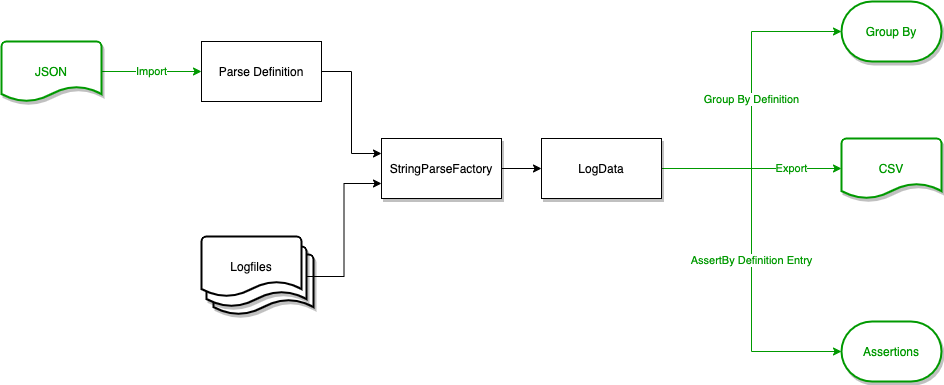
Before: diagrams/Log_Parser-Processes.png, a diagram exported from draw.io (adobe/log-parser). Source tidied: cells renumbered, new cells last; positions are measured from the earlier drawing's top-left corner, leaving out a move shared by most shapes.
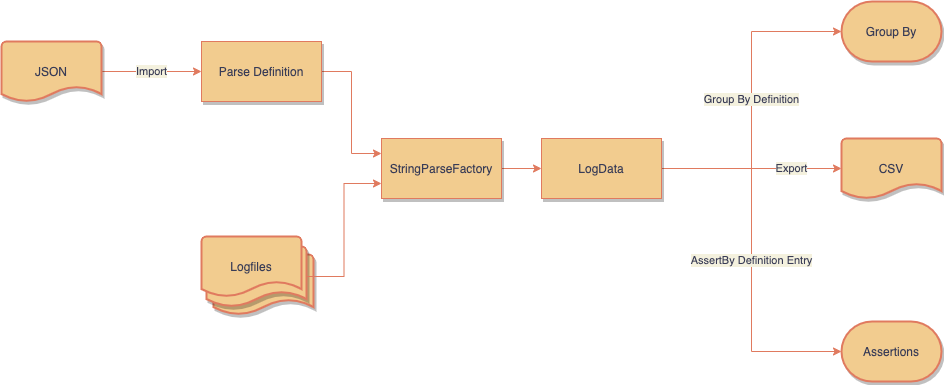
Above is the later version.

Commit message:
Adapted graphs to the draw.io format

The edit, as a diff of the source:
```diff
@@ -1,65 +1,65 @@
-<mxGraphModel>
+<mxGraphModel background="#F4F1DE">
   <root>
     <mxCell id="0" />
     <mxCell id="1" parent="0" />
-    <mxCell id="2" style="edgeStyle=orthogonalEdgeStyle;rounded=0;jettySize=auto;html=1;exitX=1;exitY=0.5;exitDx=0;exitDy=0;entryX=0;entryY=0.25;entryDx=0;entryDy=0;" parent="1" edge="1" source="3" target="9">
+    <mxCell id="2" style="edgeStyle=orthogonalEdgeStyle;rounded=0;jettySize=auto;html=1;exitX=1;exitY=0.5;exitDx=0;exitDy=0;entryX=0;entryY=0.25;entryDx=0;entryDy=0;labelBackgroundColor=#F4F1DE;strokeColor=#E07A5F;fontColor=#393C56;" parent="1" edge="1" source="3" target="9">
       <mxGeometry relative="1" as="geometry" />
     </mxCell>
-    <mxCell id="3" value="Parse Definition" style="rounded=0;whiteSpace=wrap;html=1;" parent="1" vertex="1">
+    <mxCell id="3" value="Parse Definition" style="rounded=0;whiteSpace=wrap;html=1;fillColor=#F2CC8F;strokeColor=#E07A5F;fontColor=#393C56;shadow=1;" parent="1" vertex="1">
       <mxGeometry x="200" y="40" width="120" height="60" as="geometry" />
     </mxCell>
-    <mxCell id="4" style="group;" parent="1" vertex="1">
+    <mxCell id="4" style="group;fontColor=#393C56;" parent="1" vertex="1">
       <mxGeometry x="200" y="235" width="112" height="78" as="geometry" />
     </mxCell>
-    <mxCell id="5" style="strokeWidth=2;html=1;shape=mxgraph.flowchart.document2;whiteSpace=wrap;size=0.25;shadow=1;" parent="4" vertex="1">
+    <mxCell id="5" style="strokeWidth=2;html=1;shape=mxgraph.flowchart.document2;whiteSpace=wrap;size=0.25;shadow=1;fillColor=#F2CC8F;strokeColor=#E07A5F;fontColor=#393C56;" parent="4" vertex="1">
       <mxGeometry x="12" y="18" width="100" height="60" as="geometry" />
     </mxCell>
-    <mxCell id="6" style="strokeWidth=2;html=1;shape=mxgraph.flowchart.document2;whiteSpace=wrap;size=0.25;shadow=1;" parent="4" vertex="1">
+    <mxCell id="6" style="strokeWidth=2;html=1;shape=mxgraph.flowchart.document2;whiteSpace=wrap;size=0.25;shadow=1;fillColor=#F2CC8F;strokeColor=#E07A5F;fontColor=#393C56;" parent="4" vertex="1">
       <mxGeometry x="5" y="10" width="100" height="60" as="geometry" />
     </mxCell>
-    <mxCell id="7" value="Logfiles" style="strokeWidth=2;html=1;shape=mxgraph.flowchart.document2;whiteSpace=wrap;size=0.25;" parent="4" vertex="1">
+    <mxCell id="7" value="Logfiles" style="strokeWidth=2;html=1;shape=mxgraph.flowchart.document2;whiteSpace=wrap;size=0.25;fillColor=#F2CC8F;strokeColor=#E07A5F;fontColor=#393C56;" parent="4" vertex="1">
       <mxGeometry width="100" height="60" as="geometry" />
     </mxCell>
-    <mxCell id="8" style="edgeStyle=orthogonalEdgeStyle;rounded=0;jettySize=auto;html=1;exitX=1;exitY=0.5;exitDx=0;exitDy=0;entryX=0;entryY=0.5;entryDx=0;entryDy=0;strokeColor=#000000;fontColor=#000000;" parent="1" edge="1" source="9" target="19">
+    <mxCell id="8" style="edgeStyle=orthogonalEdgeStyle;rounded=0;jettySize=auto;html=1;exitX=1;exitY=0.5;exitDx=0;exitDy=0;entryX=0;entryY=0.5;entryDx=0;entryDy=0;strokeColor=#E07A5F;fontColor=#393C56;labelBackgroundColor=#F4F1DE;" parent="1" edge="1" source="9" target="19">
       <mxGeometry relative="1" as="geometry" />
     </mxCell>
-    <mxCell id="9" value="StringParseFactory" style="rounded=0;whiteSpace=wrap;html=1;shadow=1;" parent="1" vertex="1">
+    <mxCell id="9" value="StringParseFactory" style="rounded=0;whiteSpace=wrap;html=1;shadow=1;fillColor=#F2CC8F;strokeColor=#E07A5F;fontColor=#393C56;" parent="1" vertex="1">
       <mxGeometry x="380" y="137" width="120" height="60" as="geometry" />
     </mxCell>
-    <mxCell id="10" value="Group By Definition" style="edgeStyle=orthogonalEdgeStyle;rounded=0;jettySize=auto;html=1;exitX=1;exitY=0.5;exitDx=0;exitDy=0;entryX=0;entryY=0.5;entryDx=0;entryDy=0;entryPerimeter=0;fontColor=#009900;strokeColor=#009900;" parent="1" edge="1" source="19" target="13">
+    <mxCell id="10" value="Group By Definition" style="edgeStyle=orthogonalEdgeStyle;rounded=0;jettySize=auto;html=1;exitX=1;exitY=0.5;exitDx=0;exitDy=0;entryX=0;entryY=0.5;entryDx=0;entryDy=0;entryPerimeter=0;fontColor=#393C56;strokeColor=#E07A5F;labelBackgroundColor=#F4F1DE;" parent="1" edge="1" source="19" target="13">
       <mxGeometry relative="1" as="geometry" />
     </mxCell>
-    <mxCell id="11" value="AssertBy Definition Entry" style="edgeStyle=orthogonalEdgeStyle;rounded=0;jettySize=auto;html=1;exitX=1;exitY=0.5;exitDx=0;exitDy=0;entryX=0;entryY=0.5;entryDx=0;entryDy=0;entryPerimeter=0;strokeColor=#009900;fontColor=#009900;" parent="1" edge="1" source="19" target="15">
+    <mxCell id="11" value="AssertBy Definition Entry" style="edgeStyle=orthogonalEdgeStyle;rounded=0;jettySize=auto;html=1;exitX=1;exitY=0.5;exitDx=0;exitDy=0;entryX=0;entryY=0.5;entryDx=0;entryDy=0;entryPerimeter=0;strokeColor=#E07A5F;fontColor=#393C56;labelBackgroundColor=#F4F1DE;" parent="1" edge="1" source="19" target="15">
       <mxGeometry relative="1" as="geometry" />
     </mxCell>
-    <mxCell id="12" style="edgeStyle=orthogonalEdgeStyle;rounded=0;orthogonalLoop=1;jettySize=auto;html=1;exitX=0.5;exitY=1;exitDx=0;exitDy=0;" parent="1" edge="1">
+    <mxCell id="12" style="edgeStyle=orthogonalEdgeStyle;rounded=0;orthogonalLoop=1;jettySize=auto;html=1;exitX=0.5;exitY=1;exitDx=0;exitDy=0;labelBackgroundColor=#F4F1DE;strokeColor=#E07A5F;fontColor=#393C56;" parent="1" edge="1">
       <mxGeometry relative="1" as="geometry">
         <mxPoint x="620" y="202" as="sourcePoint" />
         <mxPoint x="620" y="202" as="targetPoint" />
       </mxGeometry>
     </mxCell>
-    <mxCell id="13" value="Group By" style="strokeWidth=2;html=1;shape=mxgraph.flowchart.terminator;whiteSpace=wrap;shadow=1;strokeColor=#009900;fontColor=#009900;" parent="1" vertex="1">
+    <mxCell id="13" value="Group By" style="strokeWidth=2;html=1;shape=mxgraph.flowchart.terminator;whiteSpace=wrap;shadow=1;strokeColor=#E07A5F;fontColor=#393C56;fillColor=#F2CC8F;" parent="1" vertex="1">
       <mxGeometry x="840" width="100" height="60" as="geometry" />
     </mxCell>
-    <mxCell id="14" value="CSV" style="strokeWidth=2;html=1;shape=mxgraph.flowchart.document2;whiteSpace=wrap;size=0.25;shadow=1;fontColor=#009900;strokeColor=#009900;" parent="1" vertex="1">
+    <mxCell id="14" value="CSV" style="strokeWidth=2;html=1;shape=mxgraph.flowchart.document2;whiteSpace=wrap;size=0.25;shadow=1;fontColor=#393C56;strokeColor=#E07A5F;fillColor=#F2CC8F;" parent="1" vertex="1">
       <mxGeometry x="840" y="137" width="100" height="60" as="geometry" />
     </mxCell>
-    <mxCell id="15" value="Assertions" style="strokeWidth=2;html=1;shape=mxgraph.flowchart.terminator;whiteSpace=wrap;shadow=1;strokeColor=#009900;fontColor=#009900;" parent="1" vertex="1">
+    <mxCell id="15" value="Assertions" style="strokeWidth=2;html=1;shape=mxgraph.flowchart.terminator;whiteSpace=wrap;shadow=1;strokeColor=#E07A5F;fontColor=#393C56;fillColor=#F2CC8F;" parent="1" vertex="1">
       <mxGeometry x="840" y="320" width="100" height="60" as="geometry" />
     </mxCell>
-    <mxCell id="16" value="Import" style="edgeStyle=orthogonalEdgeStyle;rounded=0;jettySize=auto;html=1;exitX=1;exitY=0.5;exitDx=0;exitDy=0;exitPerimeter=0;entryX=0;entryY=0.5;entryDx=0;entryDy=0;strokeColor=#009900;fontColor=#009900;" parent="1" edge="1" source="17" target="3">
+    <mxCell id="16" value="Import" style="edgeStyle=orthogonalEdgeStyle;rounded=0;jettySize=auto;html=1;exitX=1;exitY=0.5;exitDx=0;exitDy=0;exitPerimeter=0;entryX=0;entryY=0.5;entryDx=0;entryDy=0;strokeColor=#E07A5F;fontColor=#393C56;labelBackgroundColor=#F4F1DE;" parent="1" edge="1" source="17" target="3">
       <mxGeometry relative="1" as="geometry" />
     </mxCell>
-    <mxCell id="17" value="JSON" style="strokeWidth=2;html=1;shape=mxgraph.flowchart.document2;whiteSpace=wrap;size=0.25;shadow=1;fontColor=#009900;strokeColor=#009900;" parent="1" vertex="1">
+    <mxCell id="17" value="JSON" style="strokeWidth=2;html=1;shape=mxgraph.flowchart.document2;whiteSpace=wrap;size=0.25;shadow=1;fontColor=#393C56;strokeColor=#E07A5F;fillColor=#F2CC8F;" parent="1" vertex="1">
       <mxGeometry y="40" width="100" height="60" as="geometry" />
     </mxCell>
-    <mxCell id="18" value="Export" style="edgeStyle=orthogonalEdgeStyle;rounded=0;jettySize=auto;html=1;exitX=1;exitY=0.5;exitDx=0;exitDy=0;entryX=0;entryY=0.5;entryDx=0;entryDy=0;entryPerimeter=0;strokeColor=#009900;fontColor=#009900;" parent="1" edge="1" source="19" target="14">
+    <mxCell id="18" value="Export" style="edgeStyle=orthogonalEdgeStyle;rounded=0;jettySize=auto;html=1;exitX=1;exitY=0.5;exitDx=0;exitDy=0;entryX=0;entryY=0.5;entryDx=0;entryDy=0;entryPerimeter=0;strokeColor=#E07A5F;fontColor=#393C56;labelBackgroundColor=#F4F1DE;" parent="1" edge="1" source="19" target="14">
       <mxGeometry x="0.44" relative="1" as="geometry" />
     </mxCell>
-    <mxCell id="19" value="LogData" style="rounded=0;whiteSpace=wrap;html=1;shadow=1;" parent="1" vertex="1">
+    <mxCell id="19" value="LogData" style="rounded=0;whiteSpace=wrap;html=1;shadow=1;fillColor=#F2CC8F;strokeColor=#E07A5F;fontColor=#393C56;" parent="1" vertex="1">
       <mxGeometry x="540" y="137" width="120" height="60" as="geometry" />
     </mxCell>
-    <mxCell id="20" style="edgeStyle=orthogonalEdgeStyle;rounded=0;jettySize=auto;html=1;exitX=1;exitY=0.5;exitDx=0;exitDy=0;exitPerimeter=0;entryX=0;entryY=0.75;entryDx=0;entryDy=0;fontColor=#000000;" parent="1" edge="1" source="6" target="9">
+    <mxCell id="20" style="edgeStyle=orthogonalEdgeStyle;rounded=0;jettySize=auto;html=1;exitX=1;exitY=0.5;exitDx=0;exitDy=0;exitPerimeter=0;entryX=0;entryY=0.75;entryDx=0;entryDy=0;fontColor=#393C56;labelBackgroundColor=#F4F1DE;strokeColor=#E07A5F;" parent="1" edge="1" source="6" target="9">
       <mxGeometry relative="1" as="geometry" />
     </mxCell>
   </root>
```
